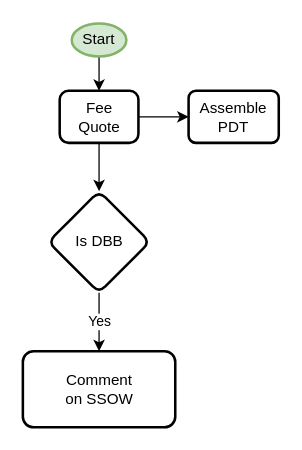
Earlier version of the draw.io diagram Workflows.drawio (benstanfish/Diagrams). Source tidied: cells renumbered, new cells numbered last; positions are measured from the earlier drawing's top-left corner, leaving out a move shared by most shapes. Both pictures are drawn from the tidied source at 127%, with x=0, y=0 at pixel (22, 23).
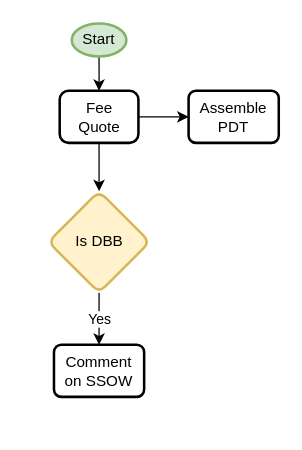
After the change.

Change to the diagram source:
```diff
@@
 <mxGraphModel>
   <root>
     <mxCell id="0" />
     <mxCell id="1" parent="0" />
     <mxCell id="2" style="edgeStyle=orthogonalEdgeStyle;rounded=0;jettySize=auto;html=1;entryX=0.5;entryY=0;entryDx=0;entryDy=0;" parent="1" edge="1" source="3" target="6">
       <mxGeometry relative="1" as="geometry" />
     </mxCell>
     <mxCell id="3" value="Start" style="strokeWidth=2;html=1;shape=mxgraph.flowchart.start_1;whiteSpace=wrap;fillColor=#d5e8d4;strokeColor=#82b366;" parent="1" vertex="1">
       <mxGeometry x="39" width="43" height="26" as="geometry" />
     </mxCell>
     <mxCell id="4" style="edgeStyle=orthogonalEdgeStyle;rounded=0;jettySize=auto;html=1;" parent="1" edge="1" source="6" target="7">
       <mxGeometry relative="1" as="geometry" />
     </mxCell>
     <mxCell id="5" style="edgeStyle=orthogonalEdgeStyle;rounded=0;jettySize=auto;html=1;" parent="1" edge="1" source="6" target="9">
       <mxGeometry relative="1" as="geometry" />
     </mxCell>
     <mxCell id="6" value="Fee&lt;div&gt;Quote&lt;/div&gt;" style="rounded=1;whiteSpace=wrap;html=1;absoluteArcSize=1;arcSize=14;strokeWidth=2;" parent="1" vertex="1">
       <mxGeometry x="29.5" y="53" width="62" height="41" as="geometry" />
     </mxCell>
     <mxCell id="7" value="Assemble&lt;div&gt;PDT&lt;/div&gt;" style="whiteSpace=wrap;html=1;rounded=1;arcSize=14;strokeWidth=2;" parent="1" vertex="1">
       <mxGeometry x="131" y="53" width="71" height="41" as="geometry" />
     </mxCell>
     <mxCell id="8" value="Yes" style="edgeStyle=orthogonalEdgeStyle;rounded=0;jettySize=auto;html=1;" parent="1" edge="1" source="9" target="10">
       <mxGeometry relative="1" as="geometry" />
     </mxCell>
-    <mxCell id="9" value="Is DBB" style="rhombus;whiteSpace=wrap;html=1;rounded=1;arcSize=14;strokeWidth=2;" parent="1" vertex="1">
+    <mxCell id="9" value="Is DBB" style="rhombus;whiteSpace=wrap;html=1;rounded=1;arcSize=14;strokeWidth=2;fillColor=#fff2cc;strokeColor=#d6b656;" parent="1" vertex="1">
       <mxGeometry x="20.5" y="132" width="80" height="80" as="geometry" />
     </mxCell>
     <mxCell id="10" value="Comment&lt;div&gt;on SSOW&lt;/div&gt;" style="whiteSpace=wrap;html=1;rounded=1;arcSize=14;strokeWidth=2;" parent="1" vertex="1">
-      <mxGeometry x="0.5" y="258" width="120" height="60" as="geometry" />
+      <mxGeometry x="25" y="253" width="71" height="41" as="geometry" />
     </mxCell>
   </root>
 </mxGraphModel>
```
